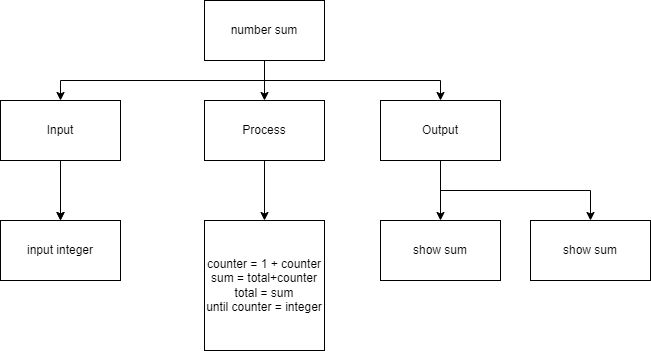
Before: plan.png, a diagram exported from draw.io (devin-jhu/ICS3U-Unit4-03-Python). Source tidied: cells renumbered, new cells last; positions are measured from the earlier drawing's top-left corner, leaving out a move shared by most shapes. The source it was exported from:
```xml
<mxGraphModel>
  <root>
    <mxCell id="0" />
    <mxCell id="1" parent="0" />
    <mxCell id="2" style="edgeStyle=orthogonalEdgeStyle;rounded=0;html=1;exitX=0.5;exitY=1;exitDx=0;exitDy=0;entryX=0.5;entryY=0;entryDx=0;entryDy=0;" parent="1" edge="1" source="5" target="10">
      <mxGeometry relative="1" as="geometry" />
    </mxCell>
    <mxCell id="3" style="edgeStyle=orthogonalEdgeStyle;rounded=0;html=1;exitX=0.5;exitY=1;exitDx=0;exitDy=0;entryX=0.5;entryY=0;entryDx=0;entryDy=0;" parent="1" edge="1" source="5" target="8">
      <mxGeometry relative="1" as="geometry" />
    </mxCell>
    <mxCell id="4" style="edgeStyle=orthogonalEdgeStyle;rounded=0;html=1;exitX=0.5;exitY=1;exitDx=0;exitDy=0;" parent="1" edge="1" source="5" target="13">
      <mxGeometry relative="1" as="geometry" />
    </mxCell>
    <mxCell id="5" value="number sum" style="rounded=0;whiteSpace=wrap;html=1;" parent="1" vertex="1">
      <mxGeometry x="204" width="120" height="60" as="geometry" />
    </mxCell>
    <mxCell id="6" style="edgeStyle=orthogonalEdgeStyle;rounded=0;html=1;exitX=0.5;exitY=1;exitDx=0;exitDy=0;entryX=0.5;entryY=0;entryDx=0;entryDy=0;" parent="1" edge="1" source="8">
      <mxGeometry relative="1" as="geometry">
        <mxPoint x="60" y="220" as="targetPoint" />
      </mxGeometry>
    </mxCell>
    <mxCell id="7" style="edgeStyle=orthogonalEdgeStyle;rounded=0;html=1;exitX=0.5;exitY=1;exitDx=0;exitDy=0;" parent="1" edge="1" source="8" target="16">
      <mxGeometry relative="1" as="geometry" />
    </mxCell>
    <mxCell id="8" value="Input" style="rounded=0;whiteSpace=wrap;html=1;" parent="1" vertex="1">
      <mxGeometry y="100" width="120" height="60" as="geometry" />
    </mxCell>
    <mxCell id="9" style="edgeStyle=orthogonalEdgeStyle;html=1;exitX=0.5;exitY=1;exitDx=0;exitDy=0;rounded=0;" parent="1" edge="1" source="10" target="14">
      <mxGeometry relative="1" as="geometry" />
    </mxCell>
    <mxCell id="10" value="Process" style="rounded=0;whiteSpace=wrap;html=1;" parent="1" vertex="1">
      <mxGeometry x="204" y="100" width="120" height="60" as="geometry" />
    </mxCell>
    <mxCell id="11" style="edgeStyle=orthogonalEdgeStyle;html=1;exitX=0.5;exitY=1;exitDx=0;exitDy=0;rounded=0;" parent="1" edge="1" source="13" target="15">
      <mxGeometry relative="1" as="geometry" />
    </mxCell>
    <mxCell id="12" style="edgeStyle=orthogonalEdgeStyle;html=1;exitX=0.5;exitY=1;exitDx=0;exitDy=0;entryX=0.5;entryY=0;entryDx=0;entryDy=0;rounded=0;" parent="1" edge="1" source="13" target="17">
      <mxGeometry relative="1" as="geometry" />
    </mxCell>
    <mxCell id="13" value="Output" style="rounded=0;whiteSpace=wrap;html=1;" parent="1" vertex="1">
      <mxGeometry x="380" y="100" width="120" height="60" as="geometry" />
    </mxCell>
    <mxCell id="14" value="counter = 1 + counter&lt;br&gt;sum = total+counter&lt;br&gt;total = sum&lt;br&gt;until counter = integer" style="rounded=0;whiteSpace=wrap;html=1;" parent="1" vertex="1">
      <mxGeometry x="204" y="220" width="120" height="130" as="geometry" />
    </mxCell>
    <mxCell id="15" value="show sum" style="rounded=0;whiteSpace=wrap;html=1;" parent="1" vertex="1">
      <mxGeometry x="380" y="220" width="120" height="60" as="geometry" />
    </mxCell>
    <mxCell id="16" value="input integer" style="rounded=0;whiteSpace=wrap;html=1;" parent="1" vertex="1">
      <mxGeometry y="220" width="120" height="60" as="geometry" />
    </mxCell>
    <mxCell id="17" value="show sum" style="rounded=0;whiteSpace=wrap;html=1;" parent="1" vertex="1">
      <mxGeometry x="530" y="220" width="120" height="60" as="geometry" />
    </mxCell>
  </root>
</mxGraphModel>
```
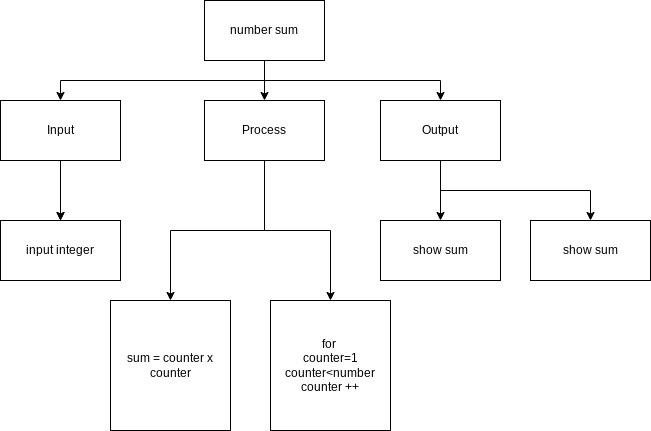
The same diagram one commit later.

The edit, as a diff of the source:
```diff
@@ -28,6 +28,9 @@
     <mxCell id="9" style="edgeStyle=orthogonalEdgeStyle;html=1;exitX=0.5;exitY=1;exitDx=0;exitDy=0;rounded=0;" parent="1" edge="1" source="10" target="14">
       <mxGeometry relative="1" as="geometry" />
     </mxCell>
+    <mxCell id="18" style="edgeStyle=orthogonalEdgeStyle;shape=connector;rounded=0;html=1;exitX=0.5;exitY=1;exitDx=0;exitDy=0;labelBackgroundColor=default;fontFamily=Helvetica;fontSize=11;fontColor=default;endArrow=classic;strokeColor=default;" parent="1" edge="1" source="10" target="19">
+      <mxGeometry relative="1" as="geometry" />
+    </mxCell>
     <mxCell id="10" value="Process" style="rounded=0;whiteSpace=wrap;html=1;" parent="1" vertex="1">
       <mxGeometry x="204" y="100" width="120" height="60" as="geometry" />
     </mxCell>
@@ -40,8 +43,8 @@
     <mxCell id="13" value="Output" style="rounded=0;whiteSpace=wrap;html=1;" parent="1" vertex="1">
       <mxGeometry x="380" y="100" width="120" height="60" as="geometry" />
     </mxCell>
-    <mxCell id="14" value="counter = 1 + counter&lt;br&gt;sum = total+counter&lt;br&gt;total = sum&lt;br&gt;until counter = integer" style="rounded=0;whiteSpace=wrap;html=1;" parent="1" vertex="1">
-      <mxGeometry x="204" y="220" width="120" height="130" as="geometry" />
+    <mxCell id="14" value="for&amp;nbsp;&lt;br&gt;counter=1&lt;br&gt;counter&amp;lt;number&lt;br&gt;counter ++" style="rounded=0;whiteSpace=wrap;html=1;" parent="1" vertex="1">
+      <mxGeometry x="270" y="300" width="120" height="130" as="geometry" />
     </mxCell>
     <mxCell id="15" value="show sum" style="rounded=0;whiteSpace=wrap;html=1;" parent="1" vertex="1">
       <mxGeometry x="380" y="220" width="120" height="60" as="geometry" />
@@ -52,5 +55,8 @@
     <mxCell id="17" value="show sum" style="rounded=0;whiteSpace=wrap;html=1;" parent="1" vertex="1">
       <mxGeometry x="530" y="220" width="120" height="60" as="geometry" />
     </mxCell>
+    <mxCell id="19" value="sum = counter x counter" style="rounded=0;whiteSpace=wrap;html=1;" parent="1" vertex="1">
+      <mxGeometry x="110" y="300" width="120" height="130" as="geometry" />
+    </mxCell>
   </root>
 </mxGraphModel>
```
